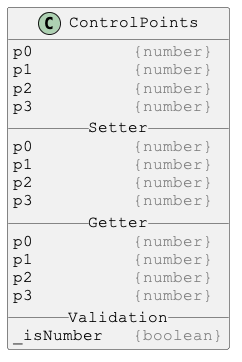
Earlier version of the PlantUML export docs/PlantUml/image/ControlPoints.png (Justin-Byrne/canvasLab). Source of this version:
```plantuml
@startuml

skinparam DefaultFontSize 16
skinparam DefaultFontName Courier New

class ControlPoints {
p0          <color:gray>{number}</color>
p1          <color:gray>{number}</color>
p2          <color:gray>{number}</color>
p3          <color:gray>{number}</color>
__ Setter __
p0          <color:gray>{number}</color>
p1          <color:gray>{number}</color>
p2          <color:gray>{number}</color>
p3          <color:gray>{number}</color>
__ Getter __
p0          <color:gray>{number}</color>
p1          <color:gray>{number}</color>
p2          <color:gray>{number}</color>
p3          <color:gray>{number}</color>
__ Validation __
_isNumber   <color:gray>{boolean}</color>
}

@enduml
```
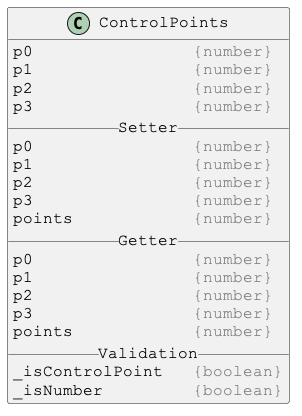
After the commit.

The edit, as a diff of the source:
```diff
@@ -4,22 +4,25 @@
 skinparam DefaultFontName Courier New
 
 class ControlPoints {
-p0          <color:gray>{number}</color>
-p1          <color:gray>{number}</color>
-p2          <color:gray>{number}</color>
-p3          <color:gray>{number}</color>
+p0                <color:gray>{number}</color>
+p1                <color:gray>{number}</color>
+p2                <color:gray>{number}</color>
+p3                <color:gray>{number}</color>
 __ Setter __
-p0          <color:gray>{number}</color>
-p1          <color:gray>{number}</color>
-p2          <color:gray>{number}</color>
-p3          <color:gray>{number}</color>
+p0                <color:gray>{number}</color>
+p1                <color:gray>{number}</color>
+p2                <color:gray>{number}</color>
+p3                <color:gray>{number}</color>
+points            <color:gray>{number}</color>
 __ Getter __
-p0          <color:gray>{number}</color>
-p1          <color:gray>{number}</color>
-p2          <color:gray>{number}</color>
-p3          <color:gray>{number}</color>
+p0                <color:gray>{number}</color>
+p1                <color:gray>{number}</color>
+p2                <color:gray>{number}</color>
+p3                <color:gray>{number}</color>
+points            <color:gray>{number}</color>
 __ Validation __
-_isNumber   <color:gray>{boolean}</color>
+_isControlPoint   <color:gray>{boolean}</color>
+_isNumber         <color:gray>{boolean}</color>
 }
 
 @enduml
```
